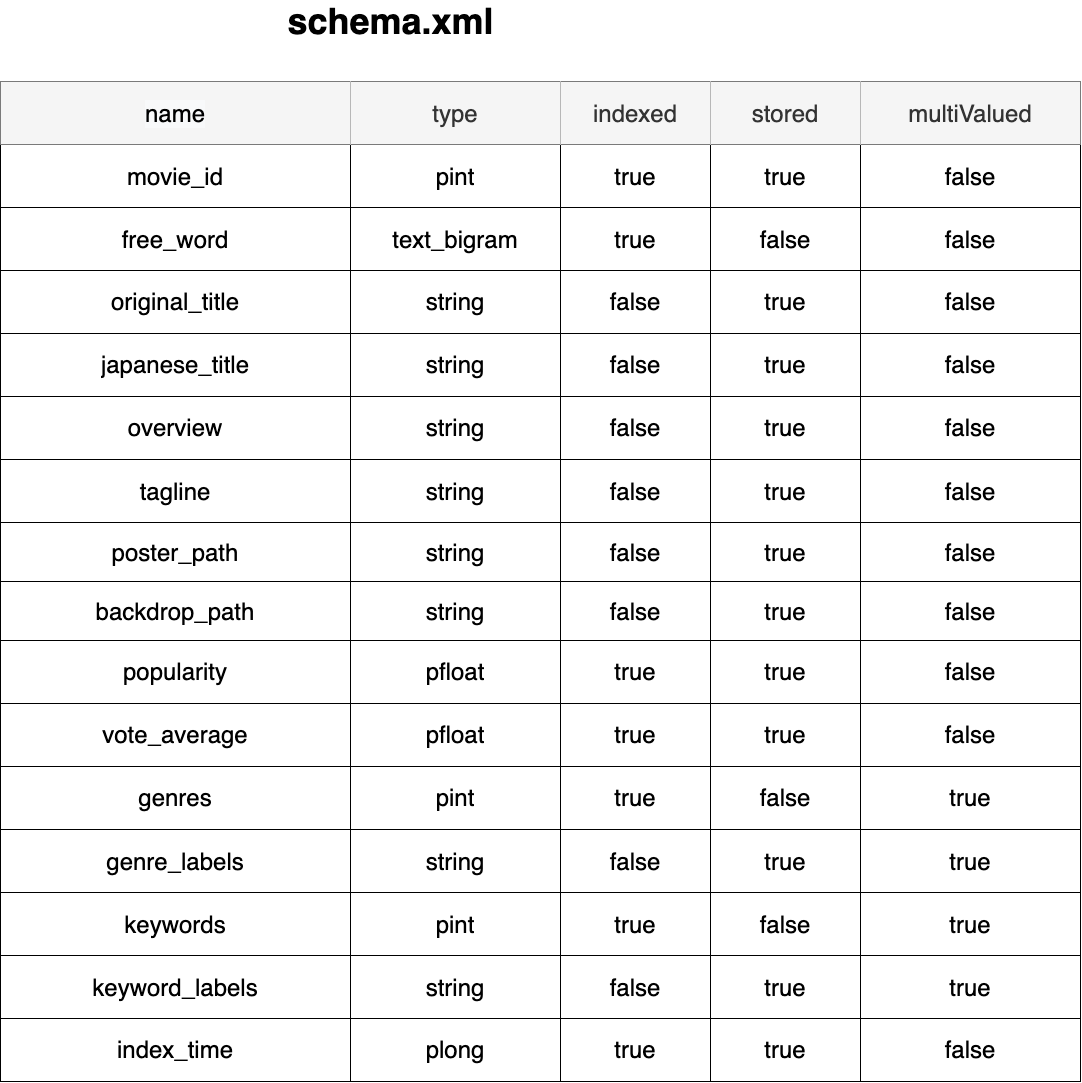
yuya-okada527/ml-playground keeps this draw.io diagram as docs/Data/solr-schema.png. Above is the earlier version. Source tidied: cells renumbered, new cells last; positions are measured from the earlier drawing's top-left corner, leaving out a move shared by most shapes.
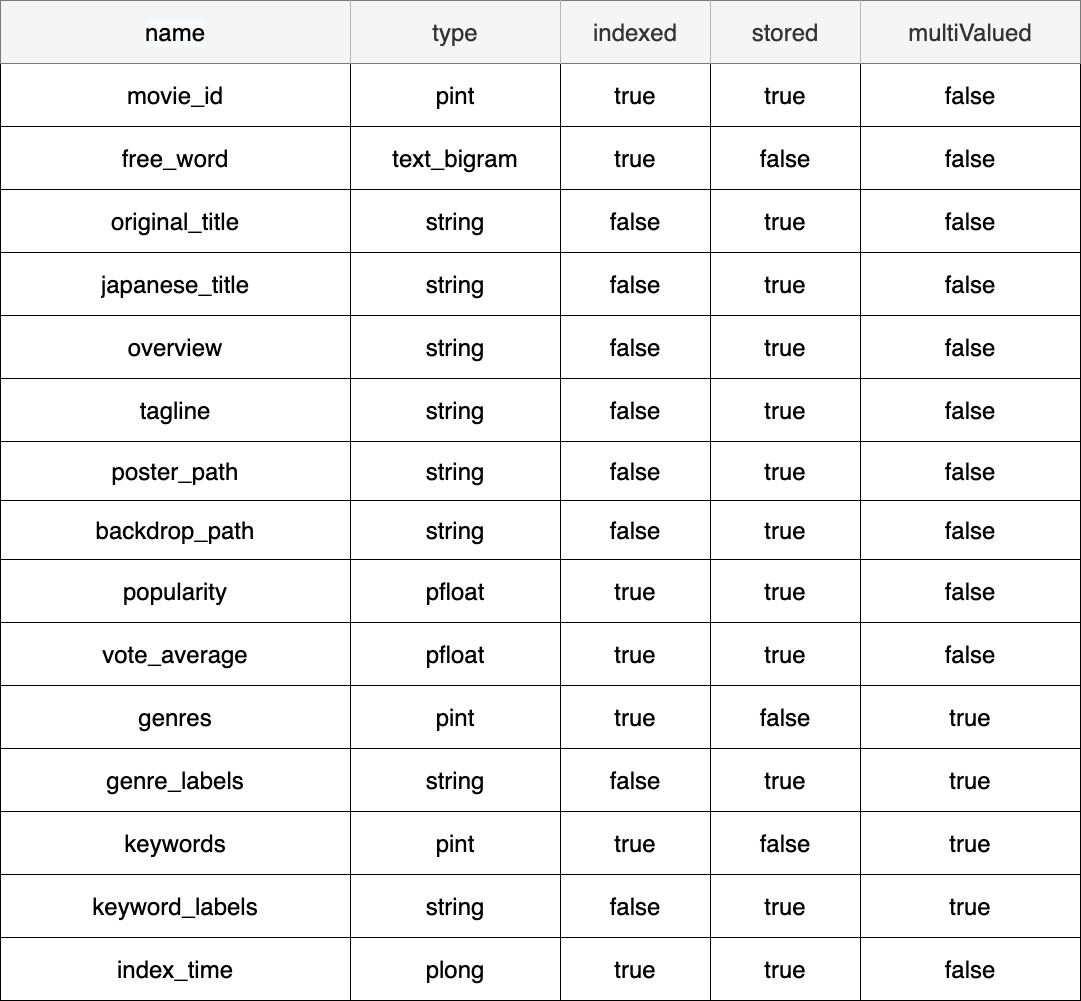
The same diagram one commit later.

Commit message:
remove header to schema

Change to the diagram source:
```diff
@@ -2,9 +2,6 @@
   <root>
     <mxCell id="0" style="html=1;" />
     <mxCell id="1" style="html=1;" parent="0" />
-    <mxCell id="2" value="&lt;font style=&quot;font-size: 36px&quot;&gt;schema.xml&lt;/font&gt;" style="text;strokeColor=none;fillColor=none;html=1;fontSize=24;fontStyle=1;verticalAlign=middle;align=center;rounded=0;shadow=1;" parent="1" vertex="1">
-      <mxGeometry width="780" height="40" as="geometry" />
-    </mxCell>
     <mxCell id="3" style="shape=table;html=1;whiteSpace=wrap;startSize=0;fontSize=24;" parent="1" vertex="1">
       <mxGeometry y="80" width="1080" height="1000" as="geometry" />
     </mxCell>
```
